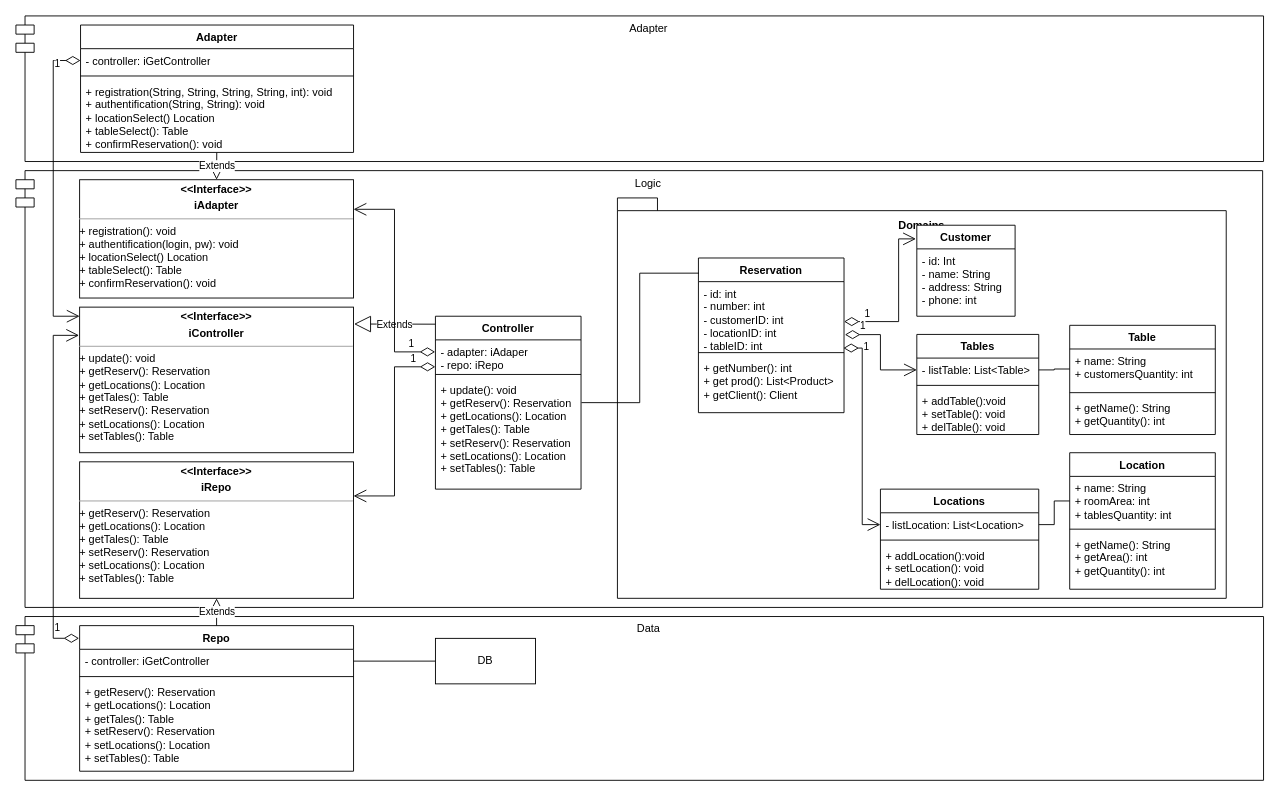
Above: Seminar8/UML.drawio in NikolaiTikhomirov/software_architecture_3812 (draw.io), before the change. Source tidied: cells renumbered, new cells numbered last; positions are measured from the earlier drawing's top-left corner, leaving out a move shared by most shapes. Both pictures are drawn from the tidied source at 91%, with x=0, y=0 at pixel (15, 15).
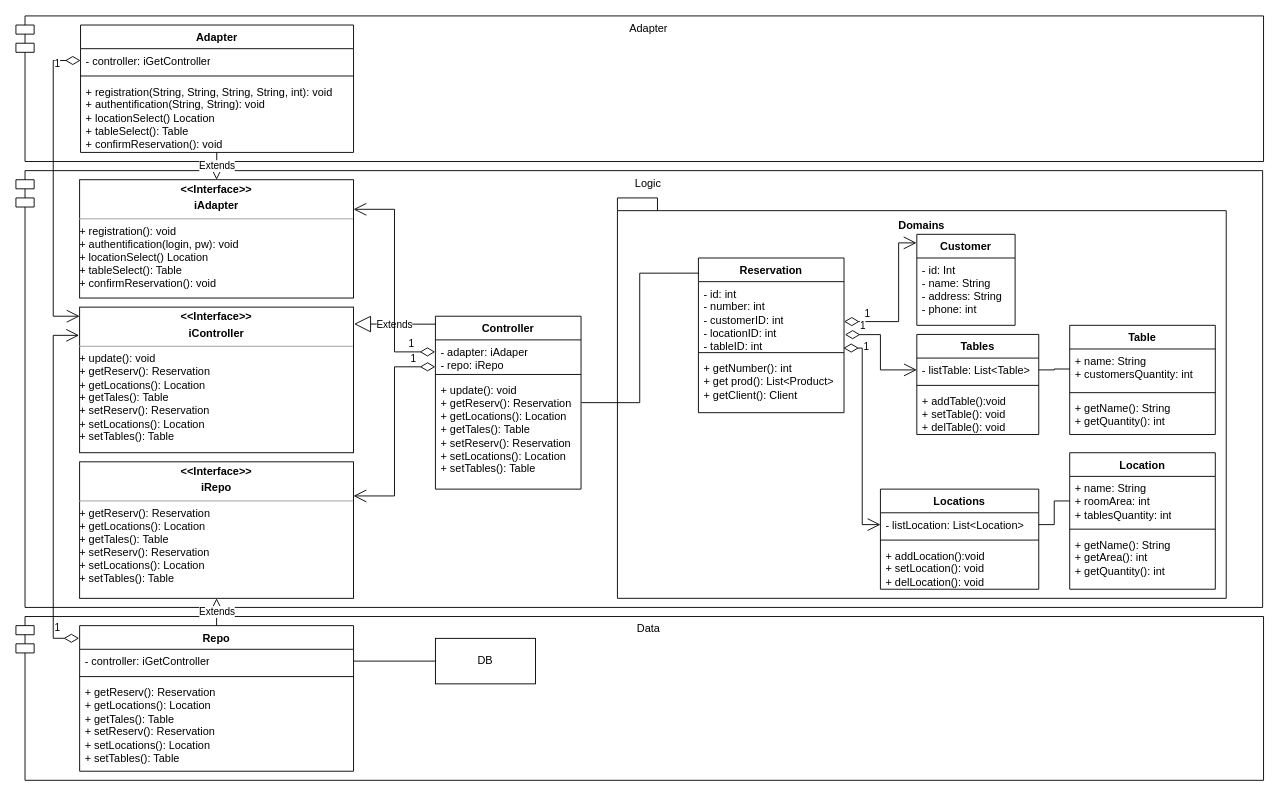
The same page after the edit.

Unchanged cells that the change refers to:
```xml
<mxCell id="34" value="- id: int&lt;br&gt;- number: int&lt;br&gt;- customerID: int&lt;br&gt;- locationID: int&lt;br style=&quot;border-color: var(--border-color);&quot;&gt;- tableID: int" style="text;strokeColor=none;fillColor=none;align=left;verticalAlign=top;spacingLeft=4;spacingRight=4;overflow=hidden;points=[[0,0.5],[1,0.5]];portConstraint=eastwest;whiteSpace=wrap;html=1;" parent="33" vertex="1">
  <mxGeometry y="26" width="160" height="74" as="geometry" />
</mxCell>
```

The edit, as a diff of the source:
```diff
@@
     <mxCell id="27" value="Customer" style="swimlane;fontStyle=1;align=center;verticalAlign=top;horizontal=1;startSize=26;whiteSpace=wrap;html=1;" parent="1" vertex="1">
-      <mxGeometry x="990" y="230" width="108" height="100" as="geometry" />
+      <mxGeometry x="990" y="240" width="108" height="100" as="geometry" />
     </mxCell>
@@
-    <mxCell id="38" value="1" style="endArrow=open;html=1;endSize=12;startArrow=diamondThin;startSize=14;startFill=0;edgeStyle=orthogonalEdgeStyle;align=left;verticalAlign=bottom;rounded=0;exitX=1;exitY=0.593;exitDx=0;exitDy=0;entryX=-0.009;entryY=0.15;entryDx=0;entryDy=0;entryPerimeter=0;exitPerimeter=0;" parent="1" edge="1" source="34" target="27">
+    <mxCell id="38" value="1" style="endArrow=open;html=1;endSize=12;startArrow=diamondThin;startSize=14;startFill=0;edgeStyle=orthogonalEdgeStyle;align=left;verticalAlign=bottom;rounded=0;exitX=1;exitY=0.593;exitDx=0;exitDy=0;entryX=-0.003;entryY=0.094;entryDx=0;entryDy=0;entryPerimeter=0;exitPerimeter=0;" parent="1" edge="1" source="34" target="27">
       <mxGeometry x="-0.75" relative="1" as="geometry">
         <Array as="points">
           <mxPoint x="970" y="336" />
-          <mxPoint x="970" y="245" />
+          <mxPoint x="970" y="250" />
+          <mxPoint x="990" y="250" />
         </Array>
       </mxGeometry>
     </mxCell>
```
